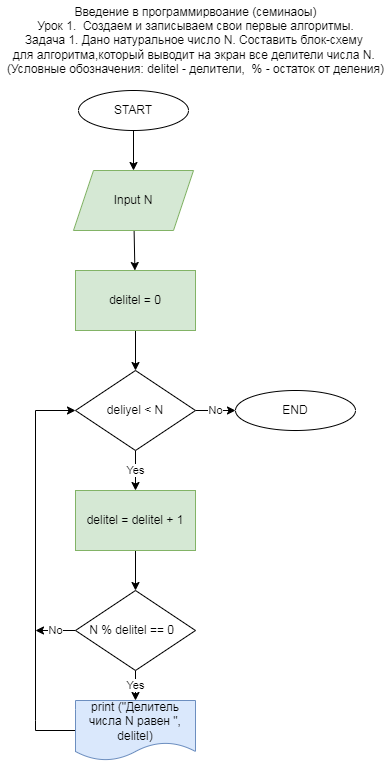
Above: Folder_for_block_diagrams/3.drawio.png in irina792901/additional_tasks_on_algorithms (draw.io), before the change. Source tidied: cells renumbered, new cells last; positions are measured from the earlier drawing's top-left corner, leaving out a move shared by most shapes.
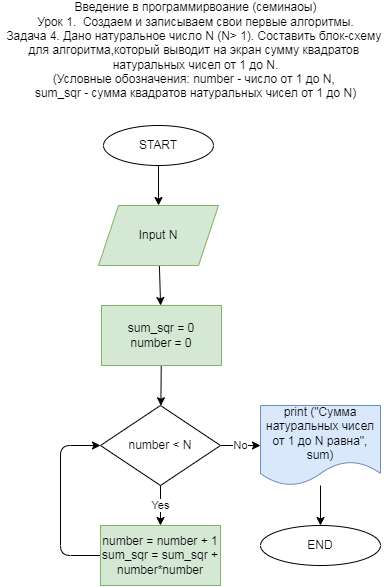
Later version of the same file.

Commit message:
Добавила блок-схемы 3  и 4

The edit, as a diff of the source:
```diff
@@ -6,65 +6,55 @@
       <mxGeometry relative="1" as="geometry" />
     </mxCell>
     <mxCell id="3" value="START" style="ellipse;whiteSpace=wrap;html=1;rounded=0;" parent="1" vertex="1">
-      <mxGeometry x="78" y="90" width="110" height="40" as="geometry" />
+      <mxGeometry x="103" y="130" width="110" height="40" as="geometry" />
     </mxCell>
     <mxCell id="4" style="edgeStyle=none;html=1;rounded=0;" parent="1" edge="1" source="5" target="7">
       <mxGeometry relative="1" as="geometry" />
     </mxCell>
     <mxCell id="5" value="Input N" style="shape=parallelogram;perimeter=parallelogramPerimeter;whiteSpace=wrap;html=1;fixedSize=1;rounded=0;fillColor=#d5e8d4;strokeColor=#82b366;" parent="1" vertex="1">
-      <mxGeometry x="73" y="170" width="120" height="60" as="geometry" />
+      <mxGeometry x="98" y="210" width="120" height="60" as="geometry" />
     </mxCell>
     <mxCell id="6" style="edgeStyle=none;html=1;rounded=0;" parent="1" edge="1" source="7" target="10">
       <mxGeometry relative="1" as="geometry" />
     </mxCell>
-    <mxCell id="7" value="delitel = 0" style="rounded=0;whiteSpace=wrap;html=1;fillColor=#d5e8d4;strokeColor=#82b366;" parent="1" vertex="1">
-      <mxGeometry x="75" y="270" width="120" height="60" as="geometry" />
+    <mxCell id="7" value="sum_sqr = 0&lt;br&gt;number = 0" style="rounded=0;whiteSpace=wrap;html=1;fillColor=#d5e8d4;strokeColor=#82b366;" parent="1" vertex="1">
+      <mxGeometry x="101" y="310" width="120" height="60" as="geometry" />
     </mxCell>
     <mxCell id="8" value="Yes" style="edgeStyle=none;html=1;rounded=0;" parent="1" edge="1" source="10">
       <mxGeometry relative="1" as="geometry">
-        <mxPoint x="135" y="490" as="targetPoint" />
+        <mxPoint x="160" y="530" as="targetPoint" />
       </mxGeometry>
     </mxCell>
-    <mxCell id="9" value="No" style="edgeStyle=none;html=1;rounded=0;" parent="1" edge="1" source="10" target="18">
-      <mxGeometry relative="1" as="geometry" />
+    <mxCell id="9" value="No" style="edgeStyle=none;html=1;rounded=0;" parent="1" edge="1" source="10">
+      <mxGeometry relative="1" as="geometry">
+        <mxPoint x="260" y="450" as="targetPoint" />
+      </mxGeometry>
     </mxCell>
-    <mxCell id="10" value="deliyel &amp;lt; N" style="rhombus;whiteSpace=wrap;html=1;rounded=0;" parent="1" vertex="1">
-      <mxGeometry x="75" y="370" width="120" height="80" as="geometry" />
+    <mxCell id="10" value="number &amp;lt; N" style="rhombus;whiteSpace=wrap;html=1;rounded=0;" parent="1" vertex="1">
+      <mxGeometry x="100" y="410" width="120" height="80" as="geometry" />
     </mxCell>
-    <mxCell id="11" value="Yes" style="edgeStyle=none;html=1;rounded=0;" parent="1" edge="1" source="13" target="15">
-      <mxGeometry relative="1" as="geometry" />
-    </mxCell>
-    <mxCell id="12" value="No" style="edgeStyle=none;html=1;rounded=0;" parent="1" edge="1" source="13">
-      <mxGeometry relative="1" as="geometry">
-        <mxPoint x="35" y="630" as="targetPoint" />
-      </mxGeometry>
-    </mxCell>
-    <mxCell id="13" value="N % delitel == 0&amp;nbsp;&amp;nbsp;" style="rhombus;whiteSpace=wrap;html=1;rounded=0;" parent="1" vertex="1">
-      <mxGeometry x="75" y="590" width="120" height="80" as="geometry" />
-    </mxCell>
-    <mxCell id="14" style="edgeStyle=none;html=1;entryX=0;entryY=0.5;entryDx=0;entryDy=0;rounded=0;" parent="1" edge="1" source="15" target="10">
-      <mxGeometry relative="1" as="geometry">
-        <Array as="points">
-          <mxPoint x="35" y="730" />
-          <mxPoint x="35" y="720" />
-          <mxPoint x="35" y="410" />
-        </Array>
-      </mxGeometry>
-    </mxCell>
+    <mxCell id="20" style="edgeStyle=none;html=1;" parent="1" edge="1" source="15" target="18">
+      <mxGeometry relative="1" as="geometry" />
+    </mxCell>
-    <mxCell id="15" value="print (&quot;Делитель числа N равен &quot;, delitel)" style="shape=document;whiteSpace=wrap;html=1;boundedLbl=1;rounded=0;fillColor=#dae8fc;strokeColor=#6c8ebf;" parent="1" vertex="1">
-      <mxGeometry x="75" y="700" width="120" height="60" as="geometry" />
+    <mxCell id="15" value="print (&quot;Cумма натуральных чисел от 1 до N равна&quot;, sum)" style="shape=document;whiteSpace=wrap;html=1;boundedLbl=1;rounded=0;fillColor=#dae8fc;strokeColor=#6c8ebf;" parent="1" vertex="1">
+      <mxGeometry x="260" y="410" width="120" height="80" as="geometry" />
     </mxCell>
-    <mxCell id="16" style="edgeStyle=none;html=1;rounded=0;" parent="1" edge="1" source="17" target="13">
-      <mxGeometry relative="1" as="geometry" />
-    </mxCell>
+    <mxCell id="21" style="edgeStyle=none;html=1;entryX=0;entryY=0.5;entryDx=0;entryDy=0;" parent="1" edge="1" source="17" target="10">
+      <mxGeometry relative="1" as="geometry">
+        <Array as="points">
+          <mxPoint x="60" y="560" />
+          <mxPoint x="60" y="450" />
+        </Array>
+      </mxGeometry>
+    </mxCell>
-    <mxCell id="17" value="delitel = delitel + 1" style="rounded=0;whiteSpace=wrap;html=1;fillColor=#d5e8d4;strokeColor=#82b366;" parent="1" vertex="1">
-      <mxGeometry x="75" y="490" width="120" height="60" as="geometry" />
+    <mxCell id="17" value="number = number + 1&lt;br&gt;sum_sqr = sum_sqr + number*number" style="rounded=0;whiteSpace=wrap;html=1;fillColor=#d5e8d4;strokeColor=#82b366;" parent="1" vertex="1">
+      <mxGeometry x="100" y="530" width="120" height="60" as="geometry" />
     </mxCell>
+    <mxCell id="19" value="Введение в программирвоание (семинаоы)&lt;br&gt;Урок 1.&amp;nbsp;&amp;nbsp;Создаем и записываем свои первые алгоритмы.&lt;br&gt;Задача 4. Дано натуральное число N (N&amp;gt; 1). Составить блок-схему &lt;br&gt;для алгоритма,который выводит на экран сумму квадратов &lt;br&gt;натуральных чисел&amp;nbsp;от 1 до N.&lt;br&gt;(Условные обозначения: number - число от 1 до N, &lt;br&gt;sum_sqr - сумма квадратов натуральных чисел от 1 до N)" style="text;html=1;align=center;verticalAlign=middle;fillColor=none;strokeColor=none;rounded=0;" parent="1" vertex="1">
+      <mxGeometry y="5" width="390" height="100" as="geometry" />
+    </mxCell>
     <mxCell id="18" value="END" style="ellipse;whiteSpace=wrap;html=1;rounded=0;" parent="1" vertex="1">
-      <mxGeometry x="235" y="390" width="120" height="40" as="geometry" />
+      <mxGeometry x="260" y="530" width="120" height="40" as="geometry" />
     </mxCell>
-    <mxCell id="19" value="Введение в программирвоание (семинаоы)&lt;br&gt;Урок 1.&amp;nbsp;&amp;nbsp;Создаем и записываем свои первые алгоритмы.&lt;br&gt;Задача 1. Дано натуральное число N. Составить блок-схему &lt;br&gt;для алгоритма,который выводит на экран все делители числа N.&amp;nbsp;&lt;br&gt;(Условные обозначения: delitel - делители,&amp;nbsp; % - остаток от деления)" style="text;html=1;align=center;verticalAlign=middle;fillColor=none;strokeColor=none;rounded=0;" parent="1" vertex="1">
-      <mxGeometry width="390" height="80" as="geometry" />
-    </mxCell>
   </root>
 </mxGraphModel>
```
